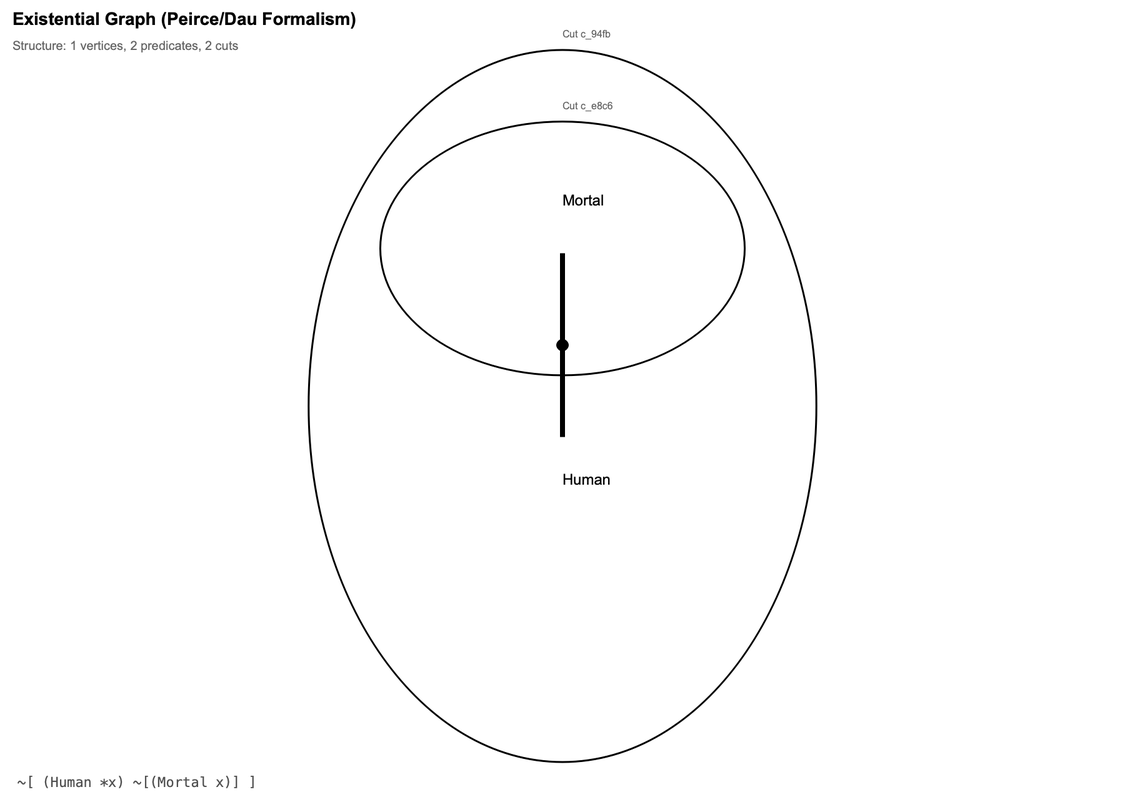
This is reports/sanity_egif_dot/implication_simple.png from mijahauan/Arisbe, a Graphviz export, as it was before one commit. Its source is kept beside it as reports/sanity_egif_dot/implication_simple.dot.
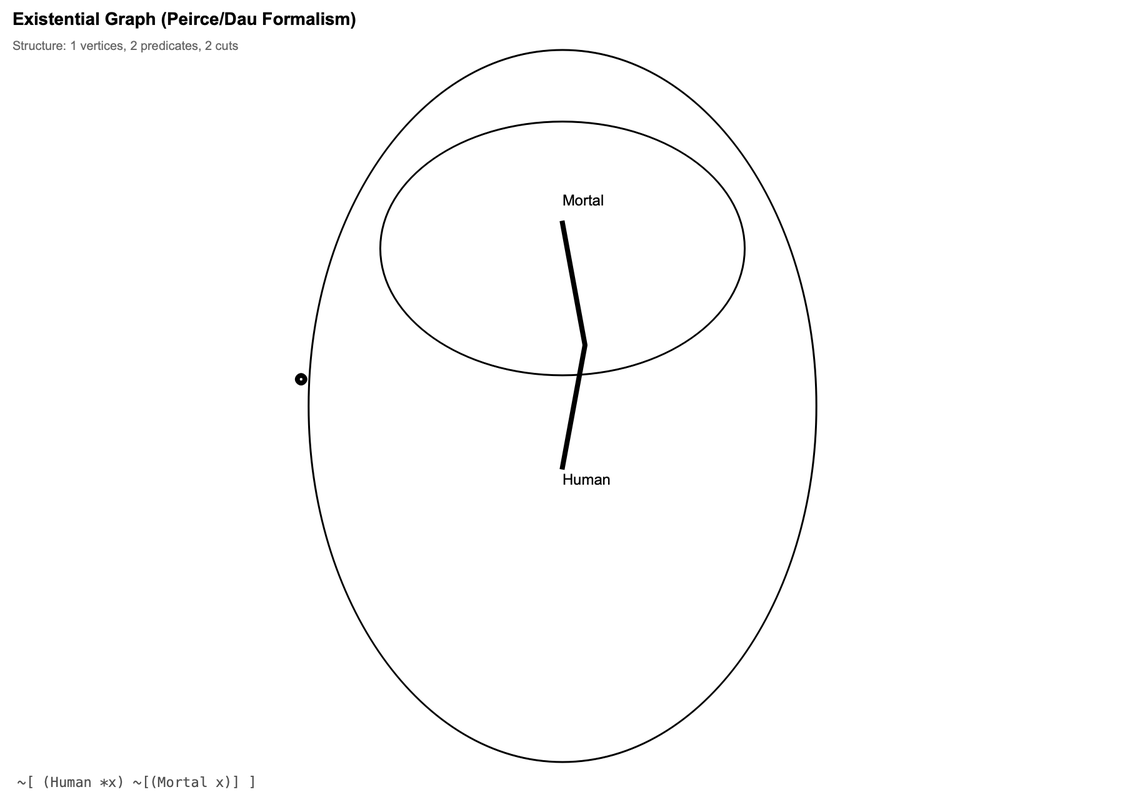
After the change.

The edit, as a diff of the source:
```diff
@@ -16,8 +16,8 @@
   node [shape=circle, style=filled, fillcolor=lightblue, fontsize=10];
   edge [fontsize=9, labeldistance=1.5, labelangle=0];
 
-  subgraph cluster_c_94fb54a6 {
-    label="Cut c_94fb54";
+  subgraph cluster_c_1d25f8dc {
+    label="Cut c_1d25f8";
     style=rounded;
     color=black;
     penwidth=1.5;
@@ -26,8 +26,8 @@
     fontsize=8;
     clusterrank=local;  // Layout this cluster separately
 
-    subgraph cluster_c_e8c6b765 {
-      label="Cut c_e8c6b7";
+    subgraph cluster_c_e6d214a4 {
+      label="Cut c_e6d214";
       style=rounded;
       color=black;
       penwidth=1.5;
@@ -36,14 +36,14 @@
       fontsize=8;
       clusterrank=local;  // Layout this cluster separately
 
-      e_d3a09c76 [label="Mortal", shape=box, fillcolor=lightyellow, width=1.70, height=0.60, fixedsize=true];
+      e_b1c82b94 [label="Mortal", shape=box, fillcolor=lightyellow, width=1.70, height=0.60, fixedsize=true];
     }
 
-    v_3b202035 [label="", width=0.30, height=0.30, fixedsize=true];
-    e_44056247 [label="Human", shape=box, fillcolor=lightyellow, width=1.50, height=0.60, fixedsize=true];
+    v_92374d84 [label="", width=0.30, height=0.30, fixedsize=true];
+    e_666ef322 [label="Human", shape=box, fillcolor=lightyellow, width=1.50, height=0.60, fixedsize=true];
   }
 
-  v_3b202035 -- e_44056247 [style=bold, penwidth=2, lhead=cluster_c_94fb54a6, ltail=cluster_c_94fb54a6];
-  v_3b202035 -- e_d3a09c76 [style=bold, penwidth=2, lhead=cluster_c_e8c6b765, ltail=cluster_c_94fb54a6];
+  v_92374d84 -- e_666ef322 [style=bold, penwidth=2, lhead=cluster_c_1d25f8dc, ltail=cluster_c_1d25f8dc];
+  v_92374d84 -- e_b1c82b94 [style=bold, penwidth=2, lhead=cluster_c_e6d214a4, ltail=cluster_c_1d25f8dc];
 
 }
```
